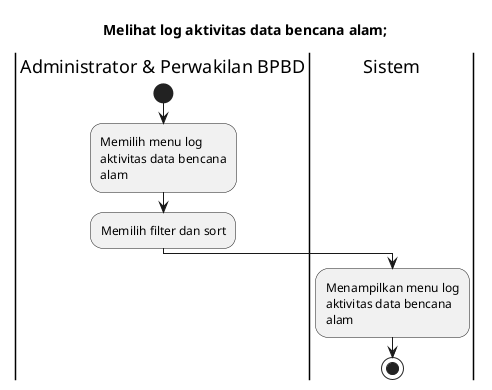
Earlier version of the PlantUML export export/Activity Diagrams/UC-MGDISASTER - Manajemen Data Bencana/UC-MGDISASTER-013 - Melihat log aktivitas data bencana alam;.png (bagusNA/appl-diagrams).
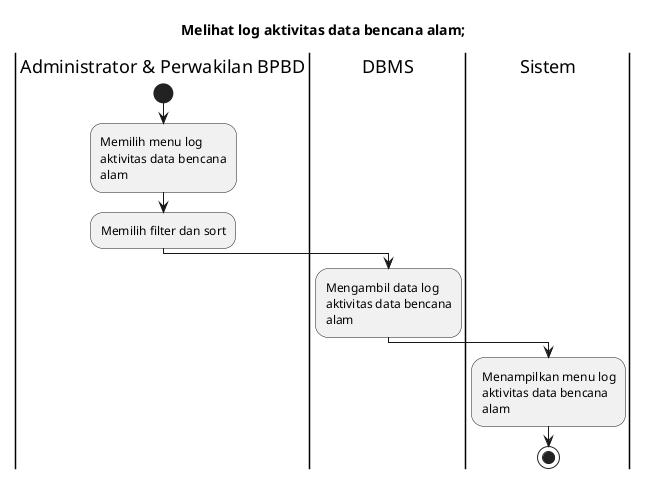
Later version of the same file.

Diff of the diagram source:
```diff
@@ -8,6 +8,9 @@
 :Memilih menu log aktivitas data bencana alam;
 :Memilih filter dan sort;
 
+|DBMS|
+:Mengambil data log aktivitas data bencana alam;
+
 |Sistem|
 :Menampilkan menu log aktivitas data bencana alam;
 
```
